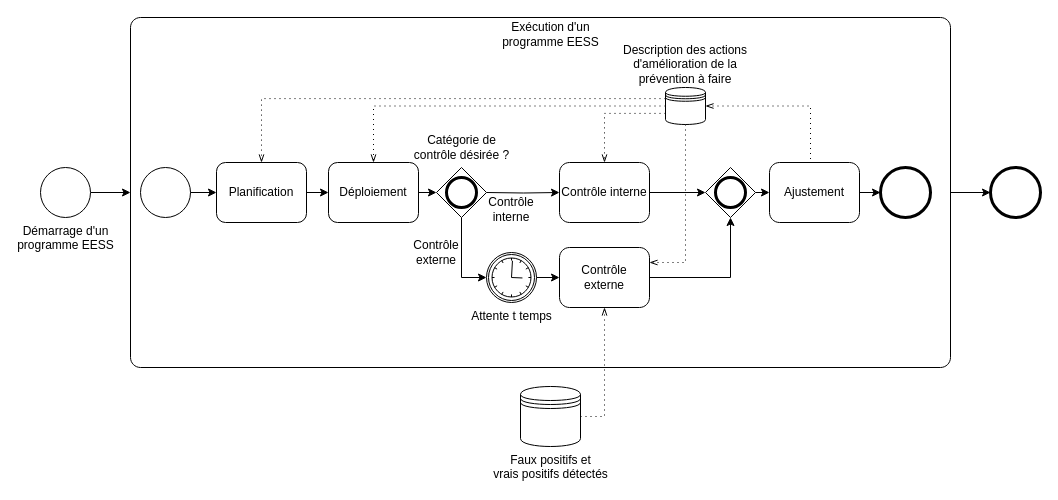
Earlier version of the draw.io diagram contribution/prevention_continue.drawio (netmme/cyber-diagramme-d-activites). Source tidied: cells renumbered, new cells numbered last; positions are measured from the earlier drawing's top-left corner, leaving out a move shared by most shapes. Both pictures are drawn from the tidied source at 100%, with x=0, y=0 at pixel (40, 17).
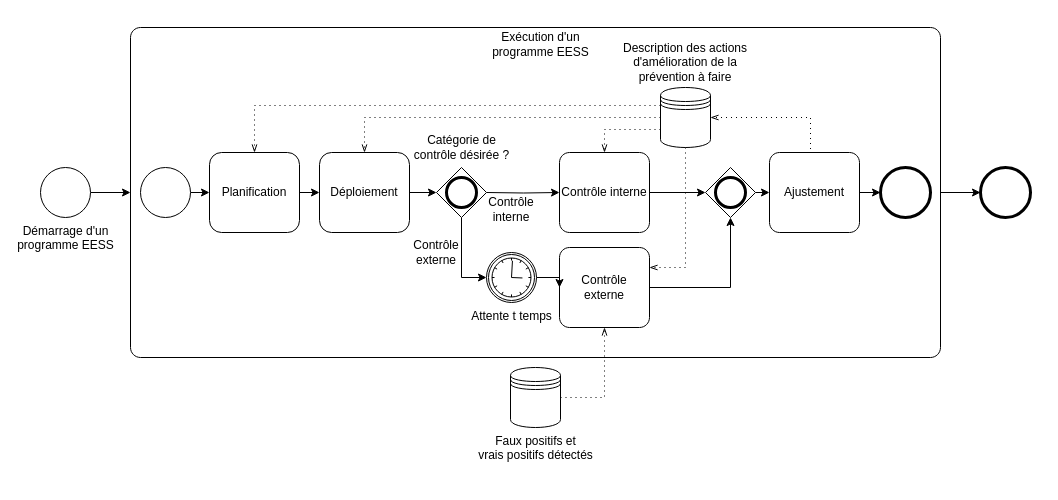
The same diagram, later.

The change refers to these unchanged cells:
```xml
<mxCell id="23" style="points=[[0.145,0.145,0],[0.5,0,0],[0.855,0.145,0],[1,0.5,0],[0.855,0.855,0],[0.5,1,0],[0.145,0.855,0],[0,0.5,0]];shape=mxgraph.bpmn.event;html=1;verticalLabelPosition=bottom;labelBackgroundColor=#ffffff;verticalAlign=top;align=center;perimeter=ellipsePerimeter;outlineConnect=0;outline=standard;symbol=general;" parent="1" vertex="1">
  <mxGeometry x="100" y="150" width="50" height="50" as="geometry" />
</mxCell>
```

Diff of the diagram source:
```diff
@@
     <mxCell id="3" style="points=[[0.25,0,0],[0.5,0,0],[0.75,0,0],[1,0.25,0],[1,0.5,0],[1,0.75,0],[0.75,1,0],[0.5,1,0],[0.25,1,0],[0,0.75,0],[0,0.5,0],[0,0.25,0]];shape=mxgraph.bpmn.task;whiteSpace=wrap;rectStyle=rounded;size=10;html=1;taskMarker=abstract;" parent="1" vertex="1">
-      <mxGeometry x="90" width="820" height="350" as="geometry" />
+      <mxGeometry x="90" y="10" width="810" height="330" as="geometry" />
     </mxCell>
     <mxCell id="4" value="&lt;div&gt;Faux positifs et&lt;br&gt;vrais positifs détectés&lt;/div&gt;" style="shape=datastore;html=1;labelPosition=center;verticalLabelPosition=bottom;align=center;verticalAlign=top;" parent="1" vertex="1">
-      <mxGeometry x="480" y="369" width="60" height="60" as="geometry" />
+      <mxGeometry x="470" y="350" width="50" height="60" as="geometry" />
     </mxCell>
@@
     <mxCell id="8" style="points=[[0.145,0.145,0],[0.5,0,0],[0.855,0.145,0],[1,0.5,0],[0.855,0.855,0],[0.5,1,0],[0.145,0.855,0],[0,0.5,0]];shape=mxgraph.bpmn.event;html=1;verticalLabelPosition=bottom;labelBackgroundColor=#ffffff;verticalAlign=top;align=center;perimeter=ellipsePerimeter;outlineConnect=0;outline=end;symbol=terminate2;" parent="1" vertex="1">
-      <mxGeometry x="950" y="150" width="50" height="50" as="geometry" />
+      <mxGeometry x="940" y="150" width="50" height="50" as="geometry" />
     </mxCell>
     <mxCell id="9" value="Exécution d'un programme EESS" style="text;html=1;strokeColor=none;fillColor=none;align=center;verticalAlign=middle;whiteSpace=wrap;rounded=0;" parent="1" vertex="1">
-      <mxGeometry x="452.5" width="115" height="34.1" as="geometry" />
+      <mxGeometry x="442.5" y="10" width="115" height="34.1" as="geometry" />
     </mxCell>
@@
     <mxCell id="11" value="Contrôle interne" style="points=[[0.25,0,0],[0.5,0,0],[0.75,0,0],[1,0.25,0],[1,0.5,0],[1,0.75,0],[0.75,1,0],[0.5,1,0],[0.25,1,0],[0,0.75,0],[0,0.5,0],[0,0.25,0]];shape=mxgraph.bpmn.task;whiteSpace=wrap;rectStyle=rounded;size=10;html=1;taskMarker=abstract;" parent="1" vertex="1">
-      <mxGeometry x="519" y="145" width="90" height="60" as="geometry" />
+      <mxGeometry x="519" y="135" width="90" height="80" as="geometry" />
     </mxCell>
     <mxCell id="12" value="Déploiement" style="rounded=1;whiteSpace=wrap;html=1;" parent="1" vertex="1">
-      <mxGeometry x="288" y="145" width="90" height="60" as="geometry" />
+      <mxGeometry x="279" y="135" width="90" height="80" as="geometry" />
     </mxCell>
     <mxCell id="13" value="Planification" style="rounded=1;whiteSpace=wrap;html=1;" parent="1" vertex="1">
-      <mxGeometry x="176" y="145" width="90" height="60" as="geometry" />
+      <mxGeometry x="169" y="135" width="90" height="80" as="geometry" />
     </mxCell>
@@
     <mxCell id="17" value="Contrôle externe" style="points=[[0.25,0,0],[0.5,0,0],[0.75,0,0],[1,0.25,0],[1,0.5,0],[1,0.75,0],[0.75,1,0],[0.5,1,0],[0.25,1,0],[0,0.75,0],[0,0.5,0],[0,0.25,0]];shape=mxgraph.bpmn.task;whiteSpace=wrap;rectStyle=rounded;size=10;html=1;taskMarker=abstract;" parent="1" vertex="1">
-      <mxGeometry x="519" y="230" width="90" height="60" as="geometry" />
+      <mxGeometry x="519" y="230" width="90" height="80" as="geometry" />
     </mxCell>
@@
+    <mxCell id="40" style="edgeStyle=orthogonalEdgeStyle;rounded=0;jettySize=auto;html=1;exitX=1;exitY=0.5;exitDx=0;exitDy=0;exitPerimeter=0;entryX=0;entryY=0.5;entryDx=0;entryDy=0;" parent="1" edge="1" source="23" target="13">
+      <mxGeometry relative="1" as="geometry" />
+    </mxCell>
@@
-    <mxCell id="24" style="edgeStyle=orthogonalEdgeStyle;rounded=0;jettySize=auto;html=1;exitX=1;exitY=0.5;exitDx=0;exitDy=0;exitPerimeter=0;" parent="1" edge="1" source="23">
-      <mxGeometry relative="1" as="geometry">
-        <mxPoint x="176" y="175" as="targetPoint" />
-      </mxGeometry>
-    </mxCell>
@@
     <mxCell id="30" value="Ajustement" style="points=[[0.25,0,0],[0.5,0,0],[0.75,0,0],[1,0.25,0],[1,0.5,0],[1,0.75,0],[0.75,1,0],[0.5,1,0],[0.25,1,0],[0,0.75,0],[0,0.5,0],[0,0.25,0]];shape=mxgraph.bpmn.task;whiteSpace=wrap;rectStyle=rounded;size=10;html=1;taskMarker=abstract;" parent="1" vertex="1">
-      <mxGeometry x="729" y="145" width="90" height="60" as="geometry" />
+      <mxGeometry x="729" y="135" width="90" height="80" as="geometry" />
     </mxCell>
     <mxCell id="31" style="shape=datastore;html=1;labelPosition=center;verticalLabelPosition=bottom;align=center;verticalAlign=top;" parent="1" vertex="1">
-      <mxGeometry x="625" y="70" width="40" height="37" as="geometry" />
+      <mxGeometry x="620" y="70" width="50" height="60" as="geometry" />
     </mxCell>
@@
     <mxCell id="33" style="edgeStyle=elbowEdgeStyle;fontSize=12;html=1;endFill=0;startFill=0;endSize=6;startSize=6;dashed=1;dashPattern=1 4;endArrow=openThin;startArrow=none;rounded=0;exitX=0;exitY=0.3;exitDx=0;exitDy=0;entryX=0.5;entryY=0;entryDx=0;entryDy=0;" parent="1" edge="1" source="31" target="13">
       <mxGeometry relative="1" as="geometry">
         <Array as="points">
-          <mxPoint x="221" y="110" />
+          <mxPoint x="214" y="110" />
         </Array>
       </mxGeometry>
     </mxCell>
     <mxCell id="34" style="edgeStyle=elbowEdgeStyle;fontSize=12;html=1;endFill=0;startFill=0;endSize=6;startSize=6;dashed=1;dashPattern=1 4;endArrow=openThin;startArrow=none;rounded=0;exitX=0;exitY=0.5;exitDx=0;exitDy=0;entryX=0.5;entryY=0;entryDx=0;entryDy=0;" parent="1" edge="1" source="31" target="12">
       <mxGeometry relative="1" as="geometry">
         <Array as="points">
-          <mxPoint x="333" y="110" />
+          <mxPoint x="324" y="110" />
           <mxPoint x="340" y="110" />
           <mxPoint x="340" y="120" />
         </Array>
       </mxGeometry>
     </mxCell>
@@
     <mxCell id="37" value="Description des actions d'amélioration de la prévention à faire" style="text;html=1;strokeColor=none;fillColor=none;align=center;verticalAlign=middle;whiteSpace=wrap;rounded=0;" parent="1" vertex="1">
-      <mxGeometry x="580" y="32" width="130" height="30" as="geometry" />
+      <mxGeometry x="580" y="30" width="130" height="30" as="geometry" />
     </mxCell>
```
